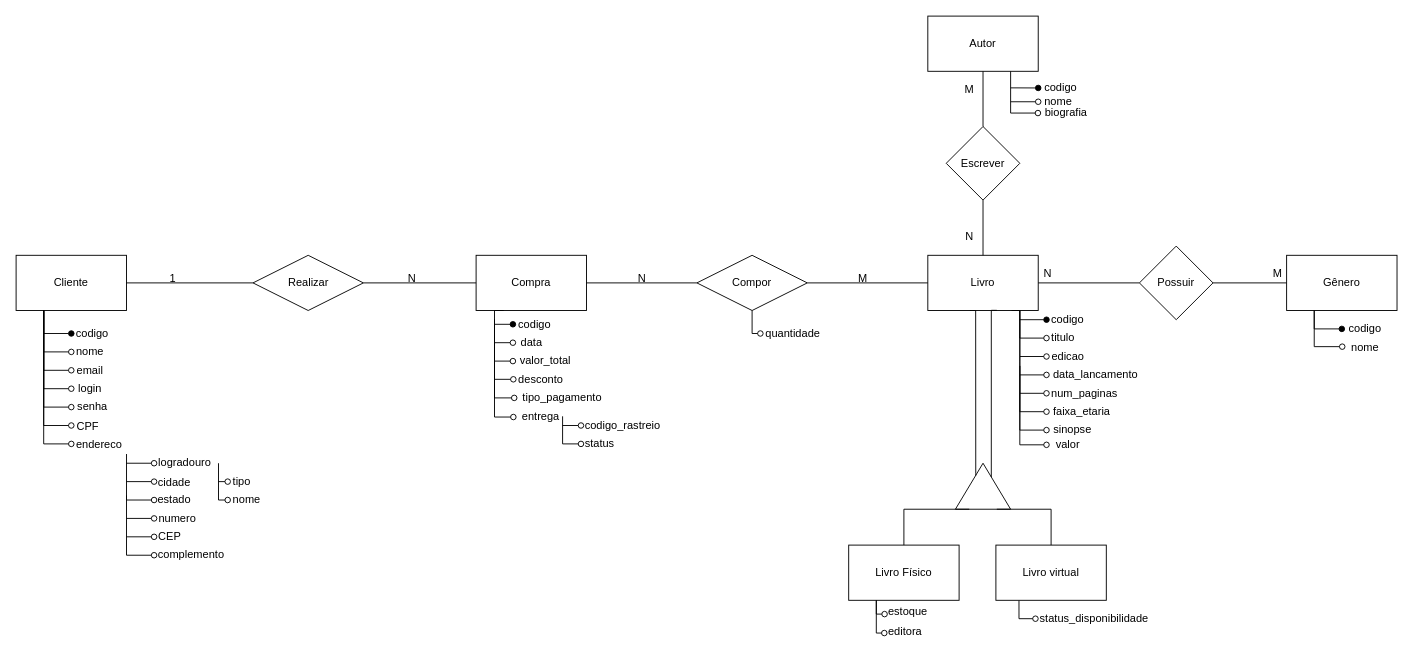
Above: Livraria ST767.drawio in w218904/Banco-de-Dados-II (draw.io), before the change. Source tidied: cells renumbered, new cells numbered last; positions are measured from the earlier drawing's top-left corner, leaving out a move shared by most shapes. Both pictures are drawn from the tidied source at 92%, with x=0, y=0 at pixel (16, 16).
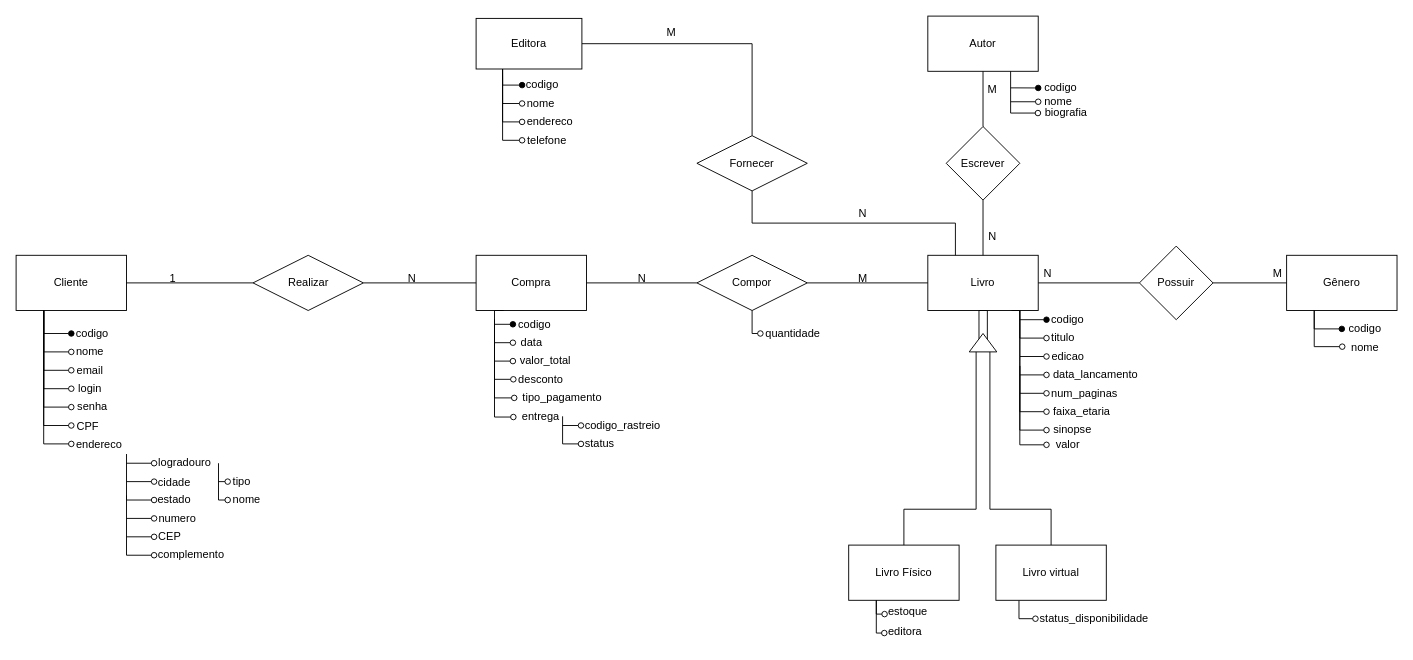
Above is the later version.

Commit message:
Adição de Editora

Unchanged cells that the change refers to:
```xml
<mxCell id="18" value="Livro" style="rounded=0;whiteSpace=wrap;html=1;labelBackgroundColor=none;labelBorderColor=none;fillColor=none;" parent="1" vertex="1">
  <mxGeometry x="991" y="260" width="120" height="60" as="geometry" />
</mxCell>
```

The edit, as a diff of the source:
```diff
@@
+    <mxCell id="119" style="edgeStyle=orthogonalEdgeStyle;rounded=0;jettySize=auto;html=1;exitX=0.5;exitY=1;exitDx=0;exitDy=0;entryX=0.683;entryY=0.657;entryDx=0;entryDy=0;entryPerimeter=0;endArrow=none;endFill=0;" parent="1" edge="1" source="18" target="38">
+      <mxGeometry relative="1" as="geometry" />
+    </mxCell>
+    <mxCell id="120" style="edgeStyle=orthogonalEdgeStyle;rounded=0;jettySize=auto;html=1;exitX=0.5;exitY=1;exitDx=0;exitDy=0;entryX=0.71;entryY=0.354;entryDx=0;entryDy=0;entryPerimeter=0;endArrow=none;endFill=0;" parent="1" edge="1" source="18" target="38">
+      <mxGeometry relative="1" as="geometry" />
+    </mxCell>
@@
-    <mxCell id="34" style="edgeStyle=orthogonalEdgeStyle;rounded=0;jettySize=auto;html=1;entryX=0.381;entryY=1;entryDx=0;entryDy=0;entryPerimeter=0;endArrow=none;endFill=0;exitX=0.731;exitY=0.369;exitDx=0;exitDy=0;exitPerimeter=0;labelBackgroundColor=none;labelBorderColor=none;" parent="1" edge="1" source="38" target="18">
-      <mxGeometry relative="1" as="geometry">
-        <Array as="points">
-          <mxPoint x="1043" y="497" />
-          <mxPoint x="1043" y="320" />
-        </Array>
-      </mxGeometry>
-    </mxCell>
-    <mxCell id="35" style="edgeStyle=orthogonalEdgeStyle;rounded=0;jettySize=auto;html=1;entryX=0.625;entryY=0.997;entryDx=0;entryDy=0;entryPerimeter=0;endArrow=none;endFill=0;labelBackgroundColor=none;labelBorderColor=none;" parent="1" edge="1" source="38" target="18">
-      <mxGeometry relative="1" as="geometry">
-        <Array as="points">
-          <mxPoint x="1060" y="320" />
-        </Array>
-      </mxGeometry>
-    </mxCell>
@@
     <mxCell id="38" style="triangle;whiteSpace=wrap;html=1;direction=north;fillColor=none;labelBackgroundColor=none;labelBorderColor=none;" parent="1" vertex="1">
-      <mxGeometry x="1021" y="486" width="60" height="50" as="geometry" />
+      <mxGeometry x="1036" y="345" width="30" height="20" as="geometry" />
     </mxCell>
@@
     <mxCell id="59" value="M" style="text;html=1;align=center;verticalAlign=middle;strokeColor=none;fillColor=none;labelBackgroundColor=none;labelBorderColor=none;" parent="1" vertex="1">
-      <mxGeometry x="1021" y="70" width="30" height="20" as="geometry" />
+      <mxGeometry x="1046" y="70" width="30" height="20" as="geometry" />
     </mxCell>
     <mxCell id="60" value="N" style="text;html=1;align=center;verticalAlign=middle;strokeColor=none;fillColor=none;labelBackgroundColor=none;labelBorderColor=none;" parent="1" vertex="1">
-      <mxGeometry x="1026" y="230" width="20" height="20" as="geometry" />
+      <mxGeometry x="1051" y="230" width="20" height="20" as="geometry" />
     </mxCell>
@@
+    <mxCell id="121" style="edgeStyle=orthogonalEdgeStyle;rounded=0;jettySize=auto;html=1;exitX=1;exitY=0.5;exitDx=0;exitDy=0;entryX=0.5;entryY=0;entryDx=0;entryDy=0;endArrow=none;endFill=0;" parent="1" edge="1" source="126" target="128">
+      <mxGeometry relative="1" as="geometry" />
+    </mxCell>
+    <mxCell id="122" style="edgeStyle=orthogonalEdgeStyle;rounded=0;jettySize=auto;html=1;exitX=0.25;exitY=1;exitDx=0;exitDy=0;endArrow=oval;endFill=0;" parent="1" edge="1" source="126">
+      <mxGeometry relative="1" as="geometry">
+        <mxPoint x="550" y="95" as="targetPoint" />
+        <Array as="points">
+          <mxPoint x="529" y="95" />
+          <mxPoint x="550" y="95" />
+        </Array>
+      </mxGeometry>
+    </mxCell>
+    <mxCell id="123" style="edgeStyle=orthogonalEdgeStyle;rounded=0;jettySize=auto;html=1;exitX=0.25;exitY=1;exitDx=0;exitDy=0;endArrow=oval;endFill=0;" parent="1" edge="1" source="126">
+      <mxGeometry relative="1" as="geometry">
+        <mxPoint x="550" y="115" as="targetPoint" />
+        <Array as="points">
+          <mxPoint x="529" y="115" />
+        </Array>
+      </mxGeometry>
+    </mxCell>
+    <mxCell id="124" style="edgeStyle=orthogonalEdgeStyle;rounded=0;jettySize=auto;html=1;exitX=0.25;exitY=1;exitDx=0;exitDy=0;endArrow=oval;endFill=0;" parent="1" edge="1" source="126">
+      <mxGeometry relative="1" as="geometry">
+        <mxPoint x="550" y="135" as="targetPoint" />
+        <Array as="points">
+          <mxPoint x="529" y="135" />
+          <mxPoint x="550" y="135" />
+        </Array>
+      </mxGeometry>
+    </mxCell>
+    <mxCell id="125" style="edgeStyle=orthogonalEdgeStyle;rounded=0;jettySize=auto;html=1;exitX=0.25;exitY=1;exitDx=0;exitDy=0;endArrow=oval;endFill=1;" parent="1" edge="1" source="126">
+      <mxGeometry relative="1" as="geometry">
+        <mxPoint x="550" y="75" as="targetPoint" />
+        <Array as="points">
+          <mxPoint x="529" y="75" />
+          <mxPoint x="550" y="75" />
+        </Array>
+      </mxGeometry>
+    </mxCell>
+    <mxCell id="126" value="Editora" style="whiteSpace=wrap;html=1;align=center;" parent="1" vertex="1">
+      <mxGeometry x="500" y="2.5" width="115" height="55" as="geometry" />
+    </mxCell>
+    <mxCell id="127" style="edgeStyle=orthogonalEdgeStyle;rounded=0;jettySize=auto;html=1;exitX=0.5;exitY=1;exitDx=0;exitDy=0;entryX=0.25;entryY=0;entryDx=0;entryDy=0;endArrow=none;endFill=0;" parent="1" edge="1" source="128" target="18">
+      <mxGeometry relative="1" as="geometry" />
+    </mxCell>
+    <mxCell id="128" value="Fornecer" style="shape=rhombus;perimeter=rhombusPerimeter;whiteSpace=wrap;html=1;align=center;" parent="1" vertex="1">
+      <mxGeometry x="740" y="130" width="120" height="60" as="geometry" />
+    </mxCell>
+    <mxCell id="129" value="&amp;nbsp;codigo" style="text;html=1;align=center;verticalAlign=middle;strokeColor=none;fillColor=none;" parent="1" vertex="1">
+      <mxGeometry x="540" y="60" width="60" height="30" as="geometry" />
+    </mxCell>
+    <mxCell id="130" value="nome" style="text;html=1;align=center;verticalAlign=middle;strokeColor=none;fillColor=none;" parent="1" vertex="1">
+      <mxGeometry x="545" y="80" width="50" height="30" as="geometry" />
+    </mxCell>
+    <mxCell id="131" value="endereco" style="text;html=1;align=center;verticalAlign=middle;strokeColor=none;fillColor=none;" parent="1" vertex="1">
+      <mxGeometry x="545" y="100" width="70" height="30" as="geometry" />
+    </mxCell>
+    <mxCell id="132" value="&amp;nbsp;telefone" style="text;html=1;align=center;verticalAlign=middle;strokeColor=none;fillColor=none;" parent="1" vertex="1">
+      <mxGeometry x="540" y="120" width="70" height="30" as="geometry" />
+    </mxCell>
+    <mxCell id="133" value="M" style="text;html=1;align=center;verticalAlign=middle;strokeColor=none;fillColor=none;" parent="1" vertex="1">
+      <mxGeometry x="697" y="2.5" width="30" height="30" as="geometry" />
+    </mxCell>
+    <mxCell id="134" value="N" style="text;html=1;align=center;verticalAlign=middle;strokeColor=none;fillColor=none;" parent="1" vertex="1">
+      <mxGeometry x="905" y="200" width="30" height="30" as="geometry" />
+    </mxCell>
```
